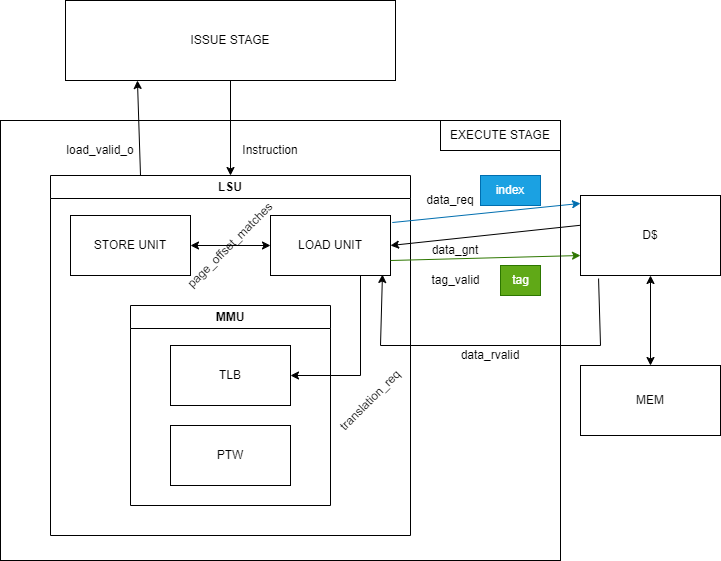
Earlier version of the draw.io export docs/04_cv32a65x/design/images/schema_fsm_load_control.png (openhwgroup/cva6). Source tidied: cells renumbered, new cells last; positions are measured from the earlier drawing's top-left corner, leaving out a move shared by most shapes.
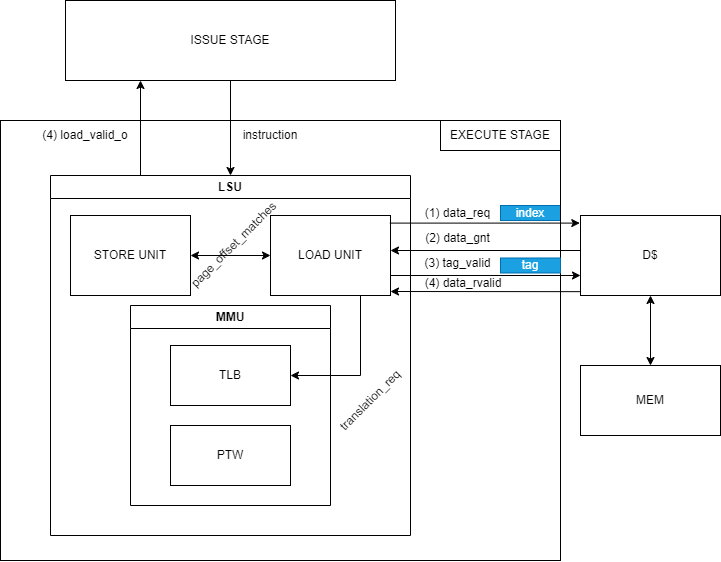
After the change.

The edit, as a diff of the source:
```diff
@@ -6,7 +6,7 @@
       <mxGeometry x="50" y="175" width="360" height="360" as="geometry" />
     </mxCell>
     <mxCell id="3" value="STORE UNIT" style="rounded=0;whiteSpace=wrap;html=1;" parent="2" vertex="1">
-      <mxGeometry x="20" y="40" width="120" height="60" as="geometry" />
+      <mxGeometry x="20" y="40" width="120" height="80" as="geometry" />
     </mxCell>
     <mxCell id="4" value="MMU" style="swimlane;whiteSpace=wrap;html=1;" parent="2" vertex="1">
       <mxGeometry x="80" y="130" width="200" height="200" as="geometry" />
@@ -18,7 +18,7 @@
       <mxGeometry x="40" y="120" width="120" height="60" as="geometry" />
     </mxCell>
     <mxCell id="7" value="LOAD UNIT" style="rounded=0;whiteSpace=wrap;html=1;" parent="2" vertex="1">
-      <mxGeometry x="220" y="40" width="120" height="60" as="geometry" />
+      <mxGeometry x="220" y="40" width="120" height="80" as="geometry" />
     </mxCell>
     <mxCell id="8" style="endArrow=classic;html=1;exitX=0.75;exitY=1;exitDx=0;exitDy=0;entryX=1;entryY=0.5;entryDx=0;entryDy=0;rounded=0;" parent="2" edge="1" source="7" target="5">
       <mxGeometry relative="1" as="geometry">
@@ -34,72 +34,75 @@
       <mxGeometry relative="1" as="geometry" />
     </mxCell>
     <mxCell id="11" value="page_offset_matches" style="text;html=1;strokeColor=none;fillColor=none;align=center;verticalAlign=middle;whiteSpace=wrap;rounded=0;rotation=-45;" parent="2" vertex="1">
-      <mxGeometry x="162.9" y="64.1" width="34.3" height="11.8" as="geometry" />
+      <mxGeometry x="170.4" y="61" width="27.1" height="15.9" as="geometry" />
     </mxCell>
     <mxCell id="12" value="ISSUE STAGE" style="rounded=0;whiteSpace=wrap;html=1;" parent="1" vertex="1">
       <mxGeometry x="65" width="330" height="80" as="geometry" />
     </mxCell>
-    <mxCell id="13" style="endArrow=classic;html=1;exitX=1.015;exitY=0.117;exitDx=0;exitDy=0;exitPerimeter=0;entryX=0;entryY=0.099;entryDx=0;entryDy=0;entryPerimeter=0;fillColor=#1ba1e2;strokeColor=#006EAF;" parent="1" edge="1" source="7" target="15">
-      <mxGeometry relative="1" as="geometry" />
-    </mxCell>
     <mxCell id="14" value="MEM" style="rounded=0;whiteSpace=wrap;html=1;" parent="1" vertex="1">
       <mxGeometry x="580" y="365" width="140" height="70" as="geometry" />
     </mxCell>
     <mxCell id="15" value="D$" style="rounded=0;whiteSpace=wrap;html=1;" parent="1" vertex="1">
-      <mxGeometry x="580" y="195" width="140" height="80" as="geometry" />
+      <mxGeometry x="580" y="215" width="140" height="80" as="geometry" />
     </mxCell>
     <mxCell id="16" style="endArrow=classic;html=1;exitX=0.5;exitY=1;exitDx=0;exitDy=0;" parent="1" edge="1" source="12" target="2">
       <mxGeometry relative="1" as="geometry" />
     </mxCell>
-    <mxCell id="17" value="Instruction" style="text;html=1;strokeColor=none;fillColor=none;align=center;verticalAlign=middle;whiteSpace=wrap;rounded=0;" parent="1" vertex="1">
-      <mxGeometry x="240" y="135" width="60" height="30" as="geometry" />
+    <mxCell id="17" value="instruction" style="text;html=1;strokeColor=none;fillColor=none;align=center;verticalAlign=middle;whiteSpace=wrap;rounded=0;" parent="1" vertex="1">
+      <mxGeometry x="240" y="120" width="60" height="30" as="geometry" />
     </mxCell>
-    <mxCell id="18" value="data_req" style="text;html=1;strokeColor=none;fillColor=none;align=center;verticalAlign=middle;whiteSpace=wrap;rounded=0;" parent="1" vertex="1">
-      <mxGeometry x="420" y="185" width="60" height="30" as="geometry" />
-    </mxCell>
-    <mxCell id="19" style="endArrow=classic;html=1;rounded=0;entryX=1;entryY=0.5;entryDx=0;entryDy=0;exitX=0;exitY=0.372;exitDx=0;exitDy=0;exitPerimeter=0;" parent="1" edge="1" source="15" target="7">
-      <mxGeometry relative="1" as="geometry" />
-    </mxCell>
-    <mxCell id="20" value="data_gnt" style="text;html=1;strokeColor=none;fillColor=none;align=center;verticalAlign=middle;whiteSpace=wrap;rounded=0;" parent="1" vertex="1">
-      <mxGeometry x="425" y="235" width="60" height="30" as="geometry" />
-    </mxCell>
-    <mxCell id="21" style="endArrow=classic;html=1;rounded=0;exitX=1;exitY=0.75;exitDx=0;exitDy=0;entryX=0;entryY=0.75;entryDx=0;entryDy=0;fillColor=#60a917;strokeColor=#2D7600;" parent="1" edge="1" source="7" target="15">
+    <mxCell id="21" style="endArrow=classic;html=1;rounded=0;exitX=1;exitY=0.75;exitDx=0;exitDy=0;entryX=0;entryY=0.75;entryDx=0;entryDy=0;fillColor=#60a917;strokeColor=default;" parent="1" edge="1" source="7" target="15">
       <mxGeometry relative="1" as="geometry" />
     </mxCell>
-    <mxCell id="22" value="tag_valid" style="text;html=1;align=center;verticalAlign=middle;" parent="1" vertex="1">
-      <mxGeometry x="420" y="265" width="70" height="30" as="geometry" />
-    </mxCell>
     <mxCell id="23" style="endArrow=classic;startArrow=classic;html=1;rounded=0;exitX=0.5;exitY=0;exitDx=0;exitDy=0;entryX=0.5;entryY=1;entryDx=0;entryDy=0;" parent="1" edge="1" source="14" target="15">
       <mxGeometry relative="1" as="geometry" />
     </mxCell>
-    <mxCell id="24" style="endArrow=classic;html=1;exitX=0.25;exitY=0;exitDx=0;exitDy=0;entryX=0.218;entryY=1;entryDx=0;entryDy=0;entryPerimeter=0;" parent="1" edge="1" source="2" target="12">
-      <mxGeometry relative="1" as="geometry" />
-    </mxCell>
-    <mxCell id="25" value="load_valid_o" style="text;html=1;strokeColor=none;fillColor=none;align=center;verticalAlign=middle;whiteSpace=wrap;rounded=0;" parent="1" vertex="1">
-      <mxGeometry x="70" y="135" width="60" height="30" as="geometry" />
+    <mxCell id="25" value="(4) load_valid_o" style="text;html=1;strokeColor=none;fillColor=none;align=center;verticalAlign=middle;whiteSpace=wrap;rounded=0;" parent="1" vertex="1">
+      <mxGeometry x="40" y="120" width="90" height="30" as="geometry" />
     </mxCell>
     <mxCell id="26" value="index" style="text;html=1;strokeColor=#006EAF;fillColor=#1ba1e2;align=center;verticalAlign=middle;whiteSpace=wrap;rounded=0;fontColor=#ffffff;" parent="1" vertex="1">
-      <mxGeometry x="480" y="175" width="60" height="30" as="geometry" />
+      <mxGeometry x="500" y="205" width="60" height="15" as="geometry" />
     </mxCell>
-    <mxCell id="27" value="tag" style="text;html=1;align=center;verticalAlign=middle;strokeColor=#2D7600;fillColor=#60a917;fontColor=#ffffff;" parent="1" vertex="1">
-      <mxGeometry x="500" y="265" width="40" height="30" as="geometry" />
-    </mxCell>
-    <mxCell id="28" style="endArrow=classic;html=1;exitX=0.129;exitY=1.038;exitDx=0;exitDy=0;exitPerimeter=0;rounded=0;entryX=0.933;entryY=0.983;entryDx=0;entryDy=0;entryPerimeter=0;" parent="1" edge="1" source="15" target="7">
-      <mxGeometry relative="1" as="geometry">
-        <Array as="points">
-          <mxPoint x="600" y="345" />
-          <mxPoint x="380" y="345" />
-        </Array>
-      </mxGeometry>
-    </mxCell>
-    <mxCell id="29" value="data_rvalid" style="text;html=1;strokeColor=none;fillColor=none;align=center;verticalAlign=middle;whiteSpace=wrap;rounded=0;" parent="1" vertex="1">
-      <mxGeometry x="460" y="340" width="60" height="30" as="geometry" />
-    </mxCell>
     <mxCell id="30" style="rounded=0;whiteSpace=wrap;html=1;fillColor=none;" parent="1" vertex="1">
       <mxGeometry y="120" width="560" height="440" as="geometry" />
     </mxCell>
     <mxCell id="31" value="EXECUTE STAGE" style="text;html=1;strokeColor=default;fillColor=none;align=center;verticalAlign=middle;whiteSpace=wrap;rounded=0;" parent="1" vertex="1">
       <mxGeometry x="440" y="120" width="120" height="30" as="geometry" />
     </mxCell>
+    <mxCell id="13" style="endArrow=classic;html=1;exitX=0.994;exitY=0.095;exitDx=0;exitDy=0;exitPerimeter=0;entryX=-0.005;entryY=0.095;entryDx=0;entryDy=0;entryPerimeter=0;" parent="1" edge="1" source="7" target="15">
+      <mxGeometry relative="1" as="geometry" />
+    </mxCell>
+    <mxCell id="32" style="endArrow=classic;html=1;exitX=0.994;exitY=0.095;exitDx=0;exitDy=0;exitPerimeter=0;entryX=-0.005;entryY=0.095;entryDx=0;entryDy=0;entryPerimeter=0;" parent="1" edge="1">
+      <mxGeometry relative="1" as="geometry">
+        <mxPoint x="580" y="250" as="sourcePoint" />
+        <mxPoint x="390" y="250" as="targetPoint" />
+      </mxGeometry>
+    </mxCell>
+    <mxCell id="27" value="tag" style="text;html=1;strokeColor=#006EAF;fillColor=#1ba1e2;align=center;verticalAlign=middle;whiteSpace=wrap;rounded=0;fontColor=#ffffff;" parent="1" vertex="1">
+      <mxGeometry x="500" y="257.5" width="60" height="15" as="geometry" />
+    </mxCell>
+    <mxCell id="33" value="(1) data_req" style="text;html=1;align=center;verticalAlign=middle;whiteSpace=wrap;rounded=0;fillColor=none;" parent="1" vertex="1">
+      <mxGeometry x="420" y="205" width="75" height="15" as="geometry" />
+    </mxCell>
+    <mxCell id="34" style="endArrow=classic;html=1;exitX=0.002;exitY=0.952;exitDx=0;exitDy=0;exitPerimeter=0;" parent="1" edge="1" source="15">
+      <mxGeometry relative="1" as="geometry">
+        <mxPoint x="390" y="291" as="targetPoint" />
+      </mxGeometry>
+    </mxCell>
+    <mxCell id="35" value="(2) data_gnt" style="text;html=1;align=center;verticalAlign=middle;whiteSpace=wrap;rounded=0;fillColor=none;" parent="1" vertex="1">
+      <mxGeometry x="420" y="230" width="75" height="15" as="geometry" />
+    </mxCell>
+    <mxCell id="36" value="(3) tag_valid" style="text;html=1;align=center;verticalAlign=middle;whiteSpace=wrap;rounded=0;fillColor=none;" parent="1" vertex="1">
+      <mxGeometry x="420" y="255.5" width="75" height="15" as="geometry" />
+    </mxCell>
+    <mxCell id="37" value="(4) data_rvalid" style="text;html=1;align=center;verticalAlign=middle;whiteSpace=wrap;rounded=0;fillColor=none;" parent="1" vertex="1">
+      <mxGeometry x="423" y="275" width="80" height="15" as="geometry" />
+    </mxCell>
+    <mxCell id="38" style="endArrow=classic;html=1;exitX=0.5;exitY=1;exitDx=0;exitDy=0;" parent="1" edge="1">
+      <mxGeometry relative="1" as="geometry">
+        <mxPoint x="140" y="175" as="sourcePoint" />
+        <mxPoint x="140" y="80" as="targetPoint" />
+      </mxGeometry>
+    </mxCell>
   </root>
 </mxGraphModel>
```
